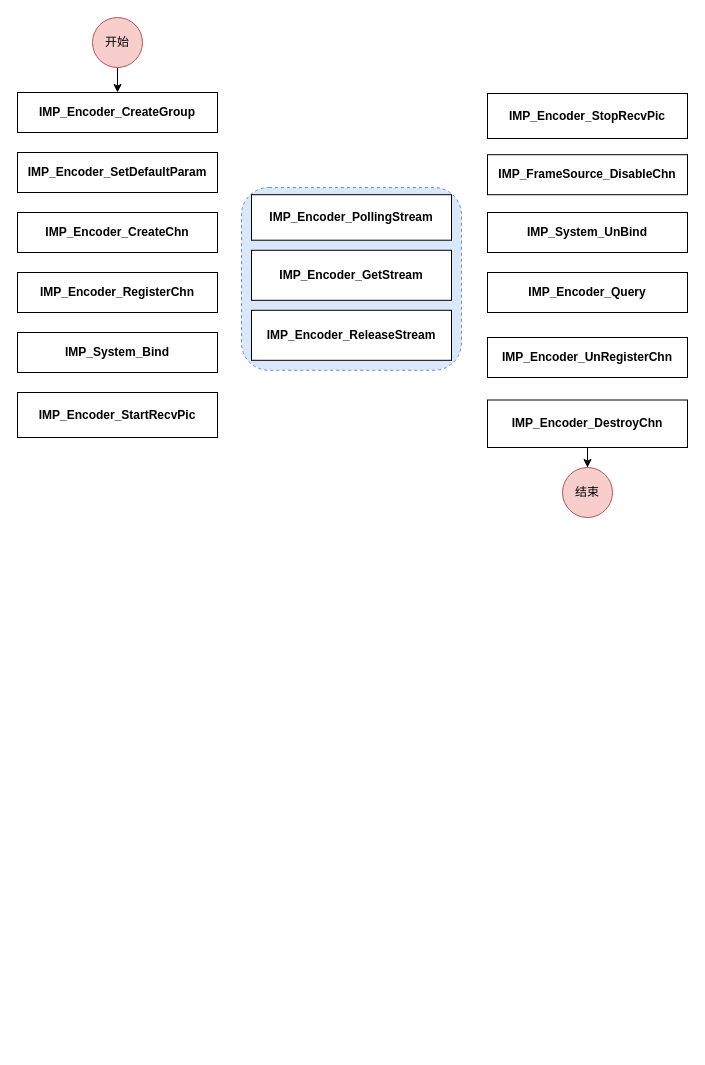
The draw.io diagram page "jz-encoder" (4 of 15) of 未命名绘图.drawio in chendong-2023/cmd, before the edit. Source tidied: cells renumbered, new cells numbered last; positions are measured from the earlier drawing's top-left corner, leaving out a move shared by most shapes. Both pictures are drawn from the tidied source at 100%, with x=0, y=0 at pixel (17, 17).
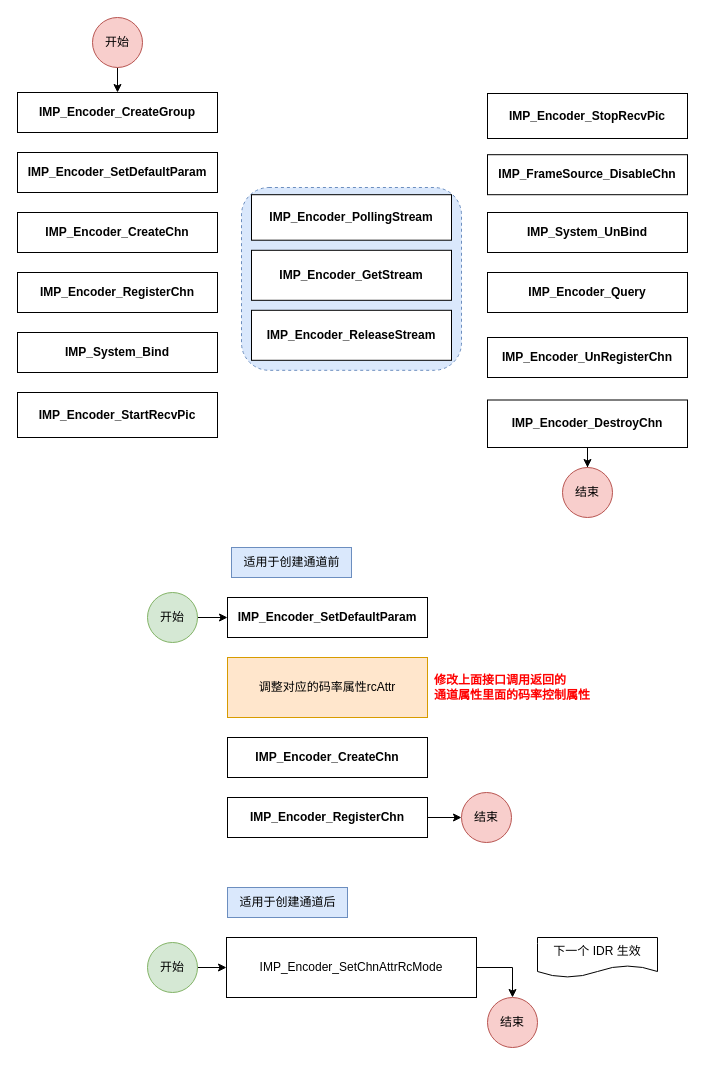
After the change.

Commit message:
更新未命名绘图.drawio

The edit, as a diff of the source:
```diff
@@
+    <mxCell id="22" value="IMP_Encoder_SetDefaultParam" style="whiteSpace=wrap;html=1;fontStyle=1;" parent="1" vertex="1">
+      <mxGeometry x="210" y="580" width="200" height="40" as="geometry" />
+    </mxCell>
+    <mxCell id="23" value="调整对应的码率属性rcAttr" style="whiteSpace=wrap;html=1;fillColor=#ffe6cc;strokeColor=#d79b00;" parent="1" vertex="1">
+      <mxGeometry x="210" y="640" width="200" height="60" as="geometry" />
+    </mxCell>
+    <mxCell id="24" value="IMP_Encoder_CreateChn" style="whiteSpace=wrap;html=1;fontStyle=1;" parent="1" vertex="1">
+      <mxGeometry x="210" y="720" width="200" height="40" as="geometry" />
+    </mxCell>
+    <mxCell id="25" style="edgeStyle=orthogonalEdgeStyle;rounded=0;jettySize=auto;html=1;" parent="1" edge="1" source="26" target="29">
+      <mxGeometry relative="1" as="geometry" />
+    </mxCell>
+    <mxCell id="26" value="IMP_Encoder_RegisterChn" style="whiteSpace=wrap;html=1;fontStyle=1;" parent="1" vertex="1">
+      <mxGeometry x="210" y="780" width="200" height="40" as="geometry" />
+    </mxCell>
+    <mxCell id="27" style="edgeStyle=orthogonalEdgeStyle;rounded=0;jettySize=auto;html=1;entryX=0;entryY=0.5;entryDx=0;entryDy=0;" parent="1" edge="1" source="28" target="22">
+      <mxGeometry relative="1" as="geometry" />
+    </mxCell>
+    <mxCell id="28" value="开始" style="ellipse;whiteSpace=wrap;html=1;rounded=1;fillColor=#d5e8d4;strokeColor=#82b366;" parent="1" vertex="1">
+      <mxGeometry x="130" y="575" width="50" height="50" as="geometry" />
+    </mxCell>
+    <mxCell id="29" value="结束" style="ellipse;whiteSpace=wrap;html=1;rounded=1;fillColor=#f8cecc;strokeColor=#b85450;" parent="1" vertex="1">
+      <mxGeometry x="444" y="775" width="50" height="50" as="geometry" />
+    </mxCell>
+    <mxCell id="30" value="适用于创建通道前" style="text;html=1;align=center;verticalAlign=middle;strokeColor=#6c8ebf;fillColor=#dae8fc;" parent="1" vertex="1">
+      <mxGeometry x="214" y="530" width="120" height="30" as="geometry" />
+    </mxCell>
+    <mxCell id="31" value="适用于创建通道后" style="text;html=1;align=center;verticalAlign=middle;strokeColor=#6c8ebf;fillColor=#dae8fc;" parent="1" vertex="1">
+      <mxGeometry x="210" y="870" width="120" height="30" as="geometry" />
+    </mxCell>
+    <mxCell id="32" style="edgeStyle=orthogonalEdgeStyle;rounded=0;jettySize=auto;html=1;entryX=0.5;entryY=0;entryDx=0;entryDy=0;" parent="1" edge="1" source="33" target="35">
+      <mxGeometry relative="1" as="geometry" />
+    </mxCell>
+    <mxCell id="33" value="IMP_Encoder_SetChnAttrRcMode" style="whiteSpace=wrap;html=1;" parent="1" vertex="1">
+      <mxGeometry x="209" y="920" width="250" height="60" as="geometry" />
+    </mxCell>
+    <mxCell id="34" value="下一个 IDR 生效 &lt;br/&gt;" style="shape=document;whiteSpace=wrap;html=1;boundedLbl=1;" parent="1" vertex="1">
+      <mxGeometry x="520" y="920" width="120" height="40" as="geometry" />
+    </mxCell>
+    <mxCell id="35" value="结束" style="ellipse;whiteSpace=wrap;html=1;rounded=1;fillColor=#f8cecc;strokeColor=#b85450;" parent="1" vertex="1">
+      <mxGeometry x="470" y="980" width="50" height="50" as="geometry" />
+    </mxCell>
+    <mxCell id="36" style="edgeStyle=orthogonalEdgeStyle;rounded=0;jettySize=auto;html=1;" parent="1" edge="1" source="37" target="33">
+      <mxGeometry relative="1" as="geometry" />
+    </mxCell>
+    <mxCell id="37" value="开始" style="ellipse;whiteSpace=wrap;html=1;rounded=1;fillColor=#d5e8d4;strokeColor=#82b366;" parent="1" vertex="1">
+      <mxGeometry x="130" y="925" width="50" height="50" as="geometry" />
+    </mxCell>
+    <mxCell id="38" value="修改上面接口调用返回的&lt;br&gt;通道属性里面的码率控制属性&lt;br&gt;" style="text;html=1;align=left;verticalAlign=middle;strokeColor=none;fillColor=none;fontStyle=1;fontColor=#FF0000;" parent="1" vertex="1">
+      <mxGeometry x="415" y="650" width="180" height="40" as="geometry" />
+    </mxCell>
```
